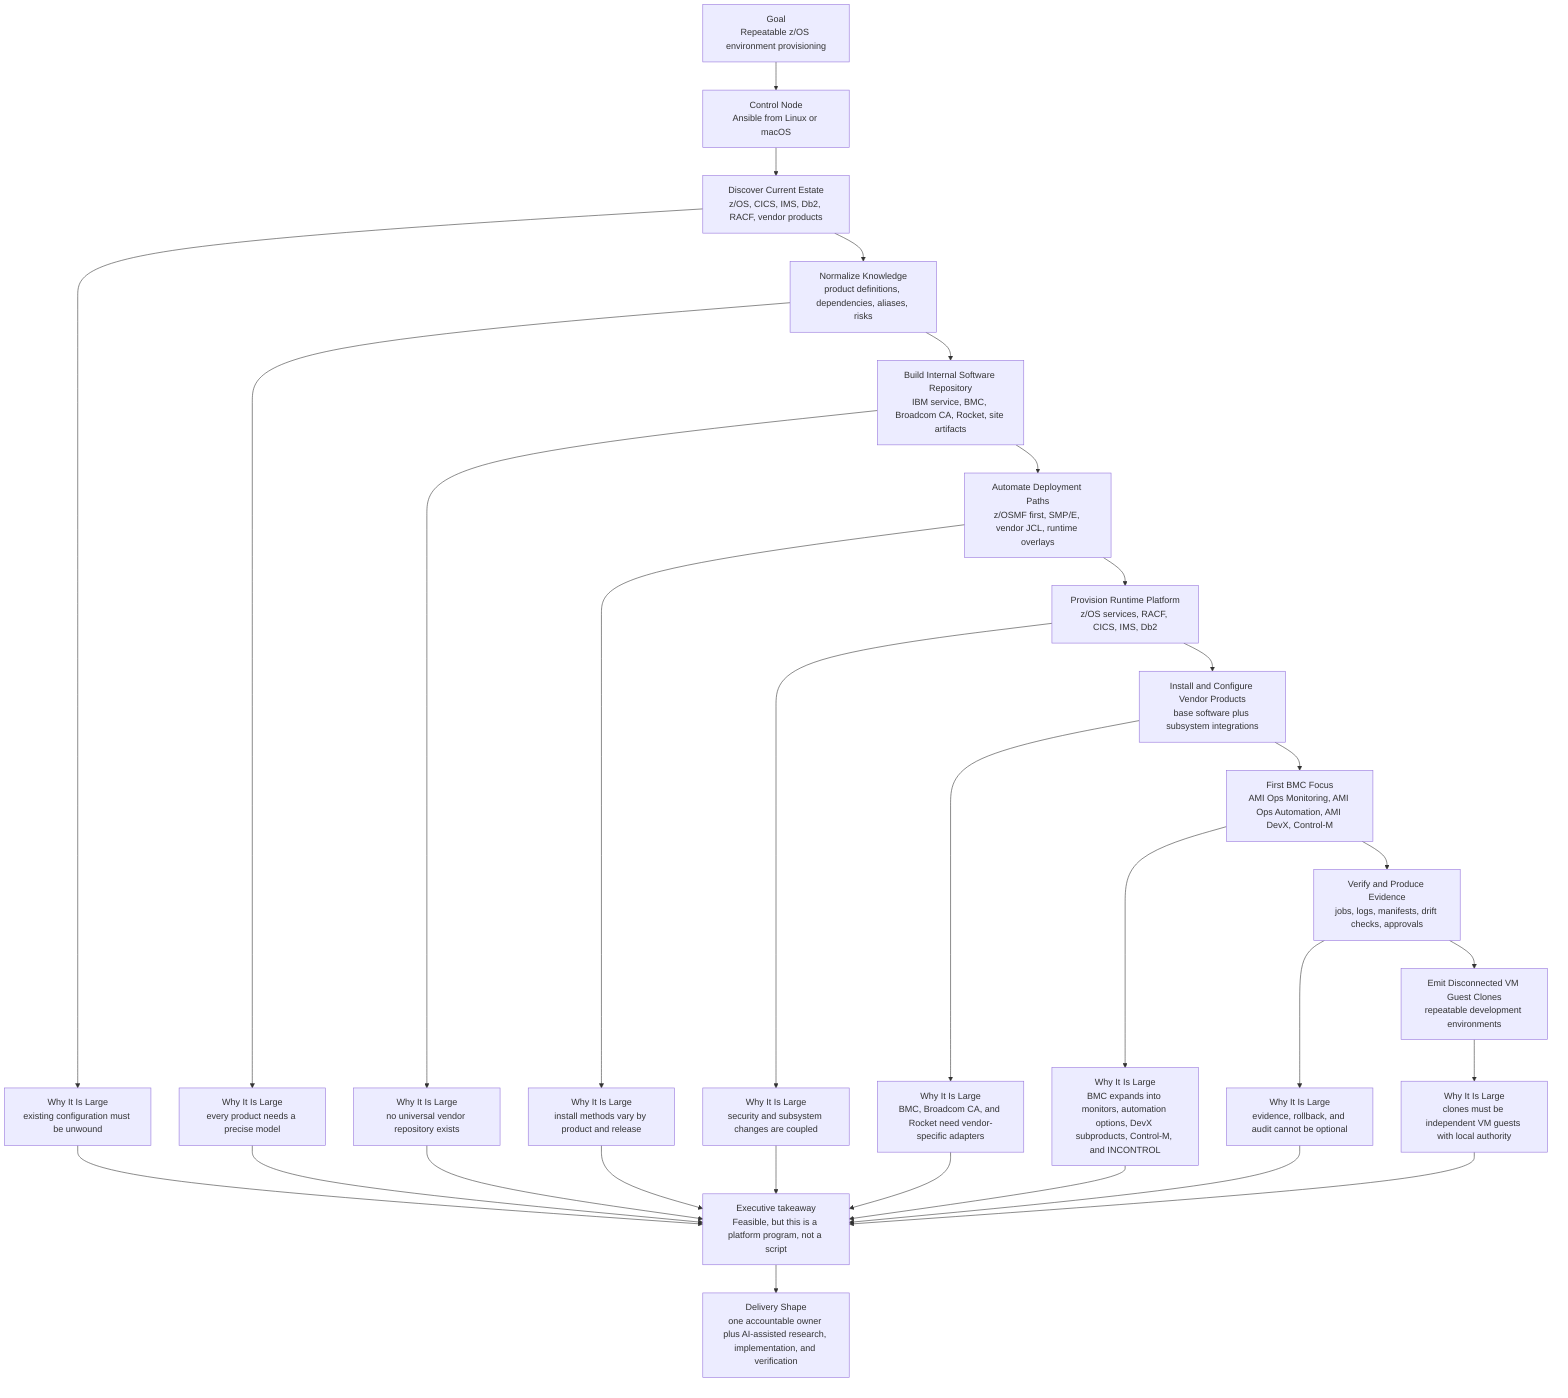
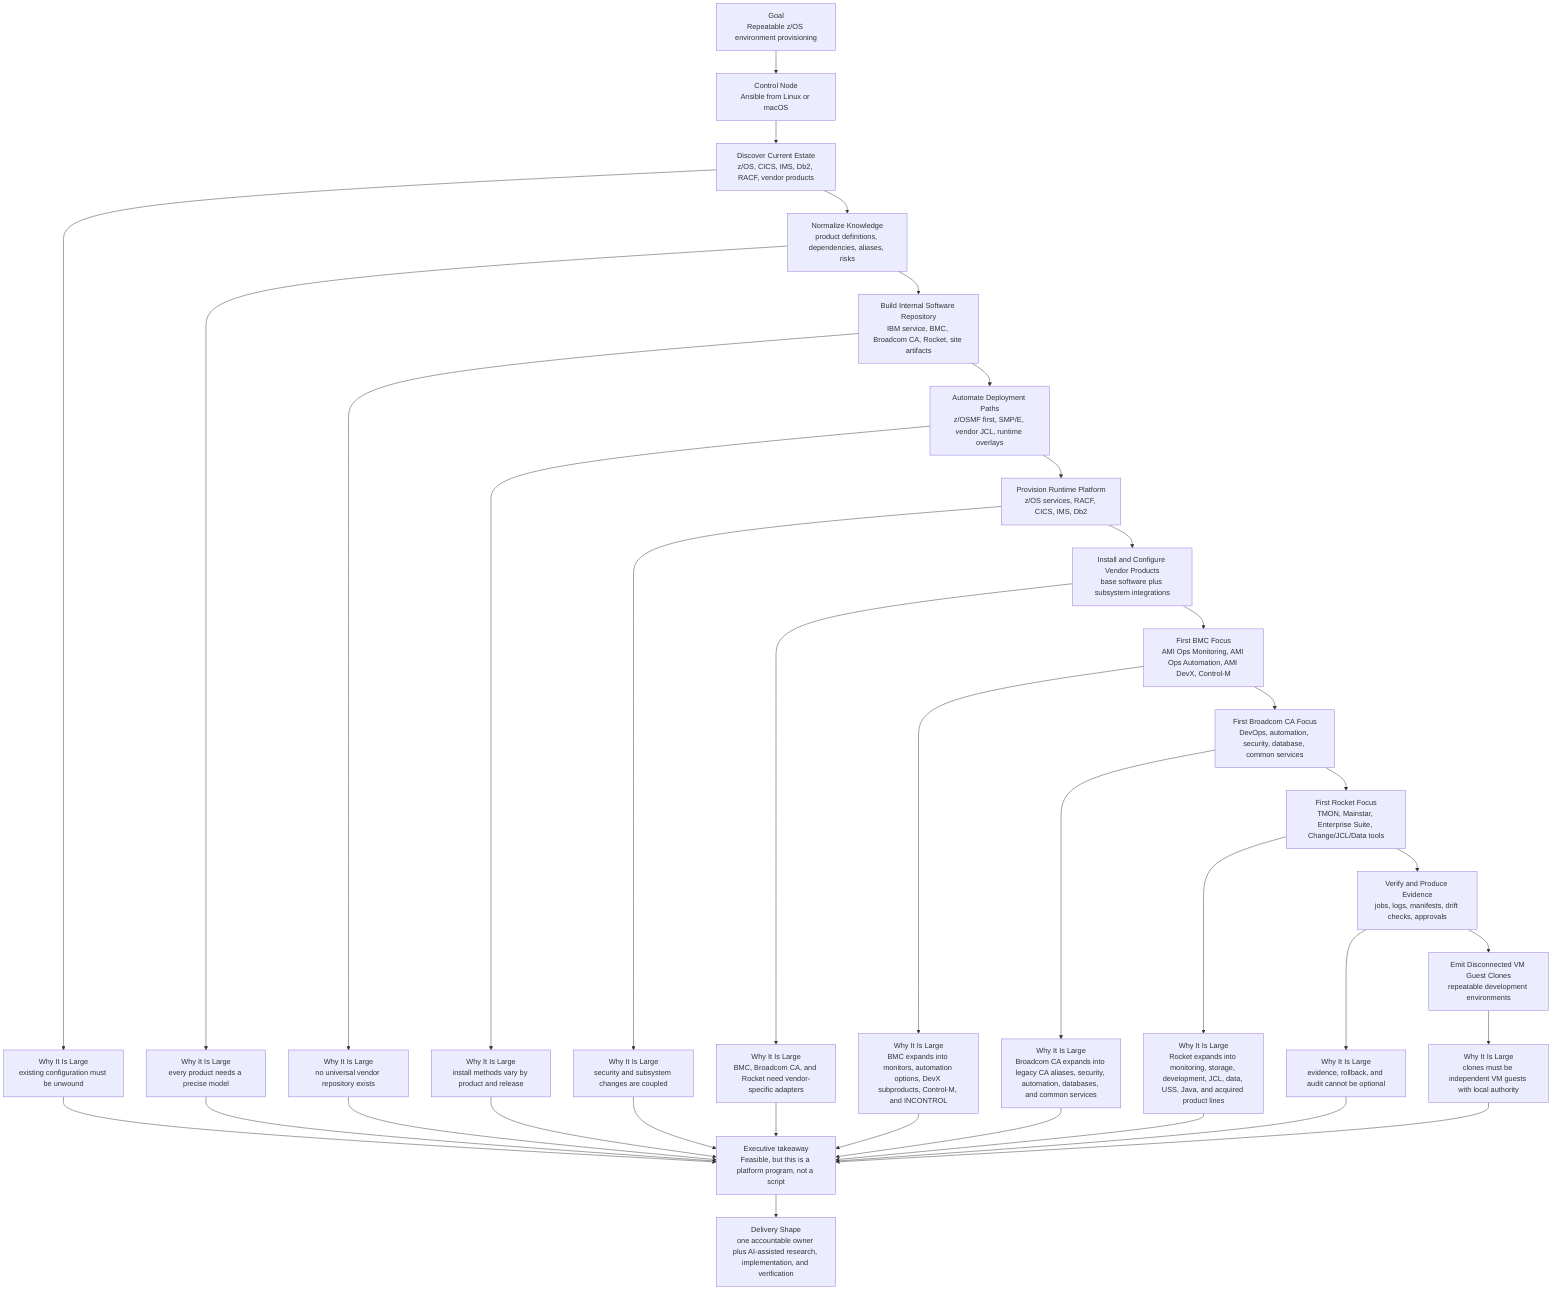
flowchart TD
    A["Goal<br/>Repeatable z/OS environment provisioning"] --> B["Control Node<br/>Ansible from Linux or macOS"]

    B --> C["Discover Current Estate<br/>z/OS, CICS, IMS, Db2, RACF, vendor products"]
    C --> D["Normalize Knowledge<br/>product definitions, dependencies, aliases, risks"]
    D --> E["Build Internal Software Repository<br/>IBM service, BMC, Broadcom CA, Rocket, site artifacts"]
    E --> F["Automate Deployment Paths<br/>z/OSMF first, SMP/E, vendor JCL, runtime overlays"]
    F --> G["Provision Runtime Platform<br/>z/OS services, RACF, CICS, IMS, Db2"]
    G --> H["Install and Configure Vendor Products<br/>base software plus subsystem integrations"]
    H --> U["First BMC Focus<br/>AMI Ops Monitoring, AMI Ops Automation, AMI DevX, Control-M"]
-     U --> I["Verify and Produce Evidence<br/>jobs, logs, manifests, drift checks, approvals"]
+     U --> W["First Broadcom CA Focus<br/>DevOps, automation, security, database, common services"]
+     W --> Y["First Rocket Focus<br/>TMON, Mainstar, Enterprise Suite, Change/JCL/Data tools"]
+     Y --> I["Verify and Produce Evidence<br/>jobs, logs, manifests, drift checks, approvals"]
    I --> J["Emit Disconnected VM Guest Clones<br/>repeatable development environments"]

    C --> K["Why It Is Large<br/>existing configuration must be unwound"]
    D --> L["Why It Is Large<br/>every product needs a precise model"]
    E --> M["Why It Is Large<br/>no universal vendor repository exists"]
    F --> N["Why It Is Large<br/>install methods vary by product and release"]
    G --> O["Why It Is Large<br/>security and subsystem changes are coupled"]
    H --> P["Why It Is Large<br/>BMC, Broadcom CA, and Rocket need vendor-specific adapters"]
    U --> V["Why It Is Large<br/>BMC expands into monitors, automation options, DevX subproducts, Control-M, and INCONTROL"]
+     W --> X["Why It Is Large<br/>Broadcom CA expands into legacy CA aliases, security, automation, databases, and common services"]
+     Y --> Z["Why It Is Large<br/>Rocket expands into monitoring, storage, development, JCL, data, USS, Java, and acquired product lines"]
    I --> Q["Why It Is Large<br/>evidence, rollback, and audit cannot be optional"]
    J --> R["Why It Is Large<br/>clones must be independent VM guests with local authority"]

    K --> S["Executive takeaway<br/>Feasible, but this is a platform program, not a script"]
    L --> S
    M --> S
    N --> S
    O --> S
    P --> S
    V --> S
+     X --> S
+     Z --> S
    Q --> S
    R --> S

    S --> T["Delivery Shape<br/>one accountable owner plus AI-assisted research, implementation, and verification"]
